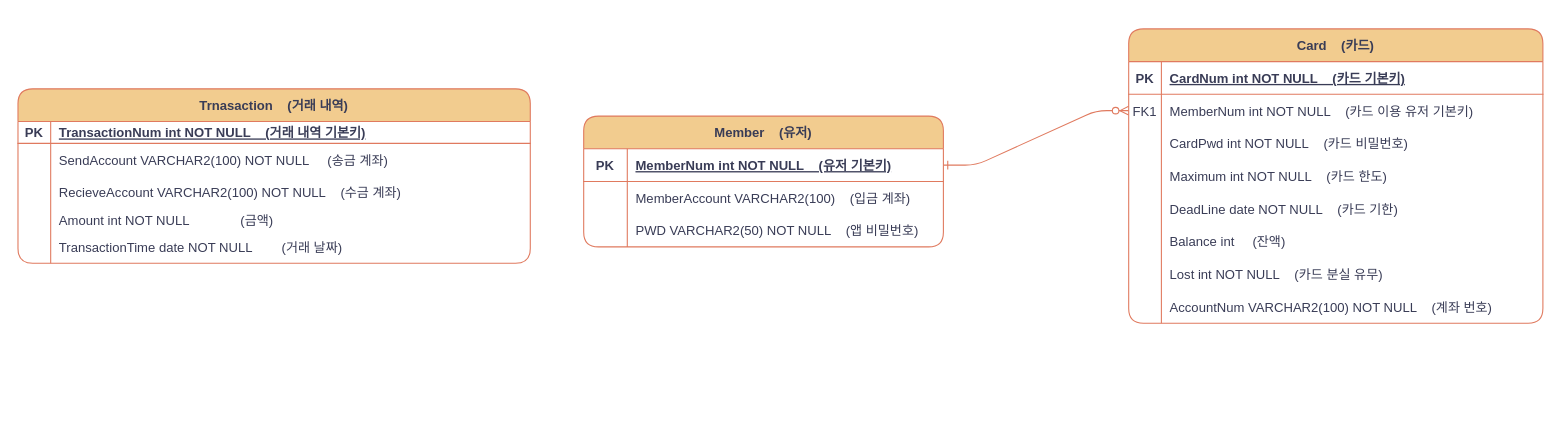
The draw.io diagram 제목 없는 다이어그램.drawio in jooooooowon/sinhan, before the edit. Source tidied: cells renumbered, new cells numbered last; positions are measured from the earlier drawing's top-left corner, leaving out a move shared by most shapes. Both pictures are drawn from the tidied source at 109%, with x=0, y=0 at pixel (17, 28).
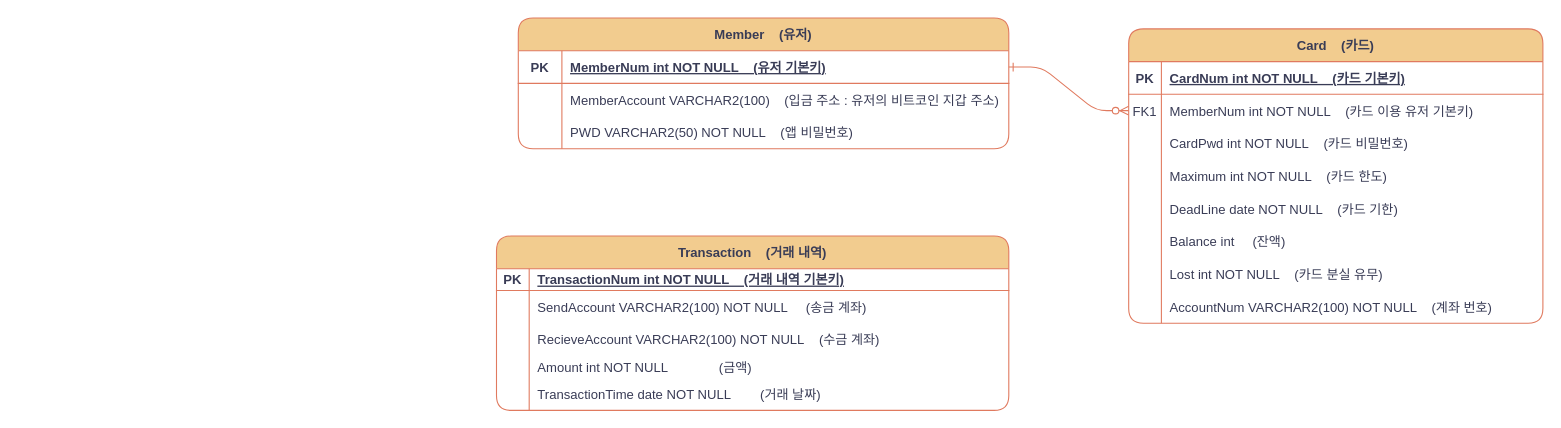
The same diagram, later.

Commit message:
신한은행 해커톤 ERD 초안

What changed in the source:
```diff
@@
-    <mxCell id="28" value="Trnasaction    (거래 내역)" style="shape=table;startSize=30;childLayout=tableLayout;rowLines=0;fontStyle=1;align=center;labelBackgroundColor=none;fillColor=#F2CC8F;strokeColor=#E07A5F;fontColor=#393C56;rounded=1;" parent="1" vertex="1">
-      <mxGeometry y="55" width="470" height="160" as="geometry" />
+    <mxCell id="28" value="Transaction    (거래 내역)" style="shape=table;startSize=30;childLayout=tableLayout;rowLines=0;fontStyle=1;align=center;labelBackgroundColor=none;fillColor=#F2CC8F;strokeColor=#E07A5F;fontColor=#393C56;rounded=1;" parent="1" vertex="1">
+      <mxGeometry x="439" y="190" width="470" height="160" as="geometry" />
     </mxCell>
@@
     <mxCell id="44" value="Member    (유저)" style="shape=table;startSize=30;childLayout=tableLayout;rowLines=0;fontStyle=1;align=center;labelBackgroundColor=none;fillColor=#F2CC8F;strokeColor=#E07A5F;fontColor=#393C56;rounded=1;" parent="1" vertex="1">
-      <mxGeometry x="519" y="80" width="330" height="120" as="geometry" />
+      <mxGeometry x="459" y="-10" width="450" height="120" as="geometry" />
     </mxCell>
     <mxCell id="45" style="shape=partialRectangle;fillColor=none;points=[[0,0.5],[1,0.5]];portConstraint=eastwest;top=0;left=0;right=0;bottom=1;labelBackgroundColor=none;strokeColor=#E07A5F;fontColor=#393C56;rounded=1;" parent="44" vertex="1">
-      <mxGeometry y="30" width="330" height="30" as="geometry" />
+      <mxGeometry y="30" width="450" height="30" as="geometry" />
     </mxCell>
@@
     <mxCell id="47" value="MemberNum int NOT NULL    (유저 기본키)" style="shape=partialRectangle;overflow=hidden;fillColor=none;top=0;left=0;bottom=0;right=0;align=left;spacingLeft=6;fontStyle=5;fontColor=#393C56;labelBackgroundColor=none;strokeColor=#E07A5F;rounded=1;" parent="45" vertex="1">
-      <mxGeometry x="40" width="290" height="30" as="geometry" />
+      <mxGeometry x="40" width="410" height="30" as="geometry" />
     </mxCell>
     <mxCell id="48" style="shape=tableRow;horizontal=0;startSize=0;swimlaneHead=0;swimlaneBody=0;fillColor=none;top=0;left=0;right=0;bottom=0;labelBackgroundColor=none;strokeColor=#E07A5F;fontColor=#393C56;rounded=1;" parent="44" vertex="1">
-      <mxGeometry y="60" width="330" height="30" as="geometry" />
+      <mxGeometry y="60" width="450" height="30" as="geometry" />
     </mxCell>
@@
-    <mxCell id="50" value="MemberAccount VARCHAR2(100)    (입금 계좌)" style="shape=partialRectangle;fillColor=none;top=0;left=0;bottom=0;right=0;align=left;spacingLeft=6;overflow=hidden;labelBackgroundColor=none;strokeColor=#E07A5F;fontColor=#393C56;rounded=1;" parent="48" vertex="1">
-      <mxGeometry x="40" width="290" height="30" as="geometry" />
+    <mxCell id="50" value="MemberAccount VARCHAR2(100)    (입금 주소 : 유저의 비트코인 지갑 주소)" style="shape=partialRectangle;fillColor=none;top=0;left=0;bottom=0;right=0;align=left;spacingLeft=6;overflow=hidden;labelBackgroundColor=none;strokeColor=#E07A5F;fontColor=#393C56;rounded=1;" parent="48" vertex="1">
+      <mxGeometry x="40" width="410" height="30" as="geometry" />
     </mxCell>
     <mxCell id="51" style="shape=partialRectangle;fillColor=none;top=0;left=0;right=0;bottom=0;labelBackgroundColor=none;strokeColor=#E07A5F;fontColor=#393C56;rounded=1;" parent="44" vertex="1">
-      <mxGeometry y="90" width="330" height="30" as="geometry" />
+      <mxGeometry y="90" width="450" height="30" as="geometry" />
     </mxCell>
@@
     <mxCell id="53" value="PWD VARCHAR2(50) NOT NULL    (앱 비밀번호)" style="shape=partialRectangle;overflow=hidden;fillColor=none;top=0;left=0;bottom=0;right=0;align=left;spacingLeft=6;labelBackgroundColor=none;strokeColor=#E07A5F;fontColor=#393C56;rounded=1;" parent="51" vertex="1">
-      <mxGeometry x="40" width="290" height="30" as="geometry" />
+      <mxGeometry x="40" width="410" height="30" as="geometry" />
     </mxCell>
```
